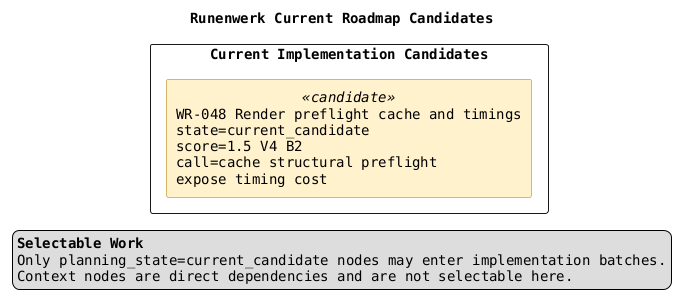
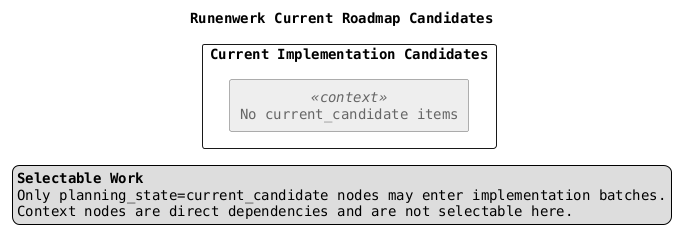
@startuml
title Runenwerk Current Roadmap Candidates

top to bottom direction
skinparam componentStyle rectangle
skinparam shadowing false
skinparam packageStyle rectangle
skinparam defaultFontName Monospaced

skinparam component {
  BackgroundColor<<candidate>> #FFF2CC
  BorderColor<<candidate>> #AA7700
  BackgroundColor<<context>> #EEEEEE
  BorderColor<<context>> #666666
  FontColor<<context>> #666666
}

legend right
  <b>Selectable Work</b>
  Only planning_state=current_candidate nodes may enter implementation batches.
  Context nodes are direct dependencies and are not selectable here.
endlegend

package "Current Implementation Candidates" {
-   component "WR-048 Render preflight cache and timings\nstate=current_candidate\nscore=1.5 V4 B2\ncall=cache structural preflight\nexpose timing cost" as WR048 <<candidate>>
+   component "No current_candidate items" as NO_CANDIDATES <<context>>

}


@enduml
